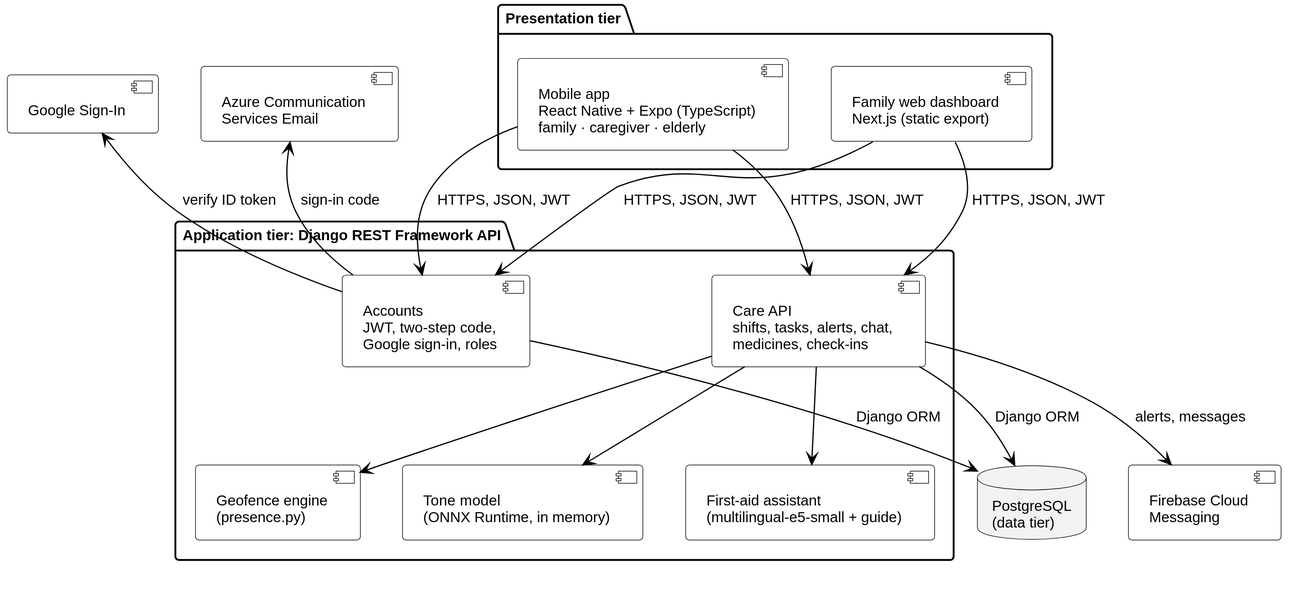
This is docs/diagrams/fig4_17_architecture.svg from alvviinn/Mzazicare, a PlantUML export, as it was before one commit.
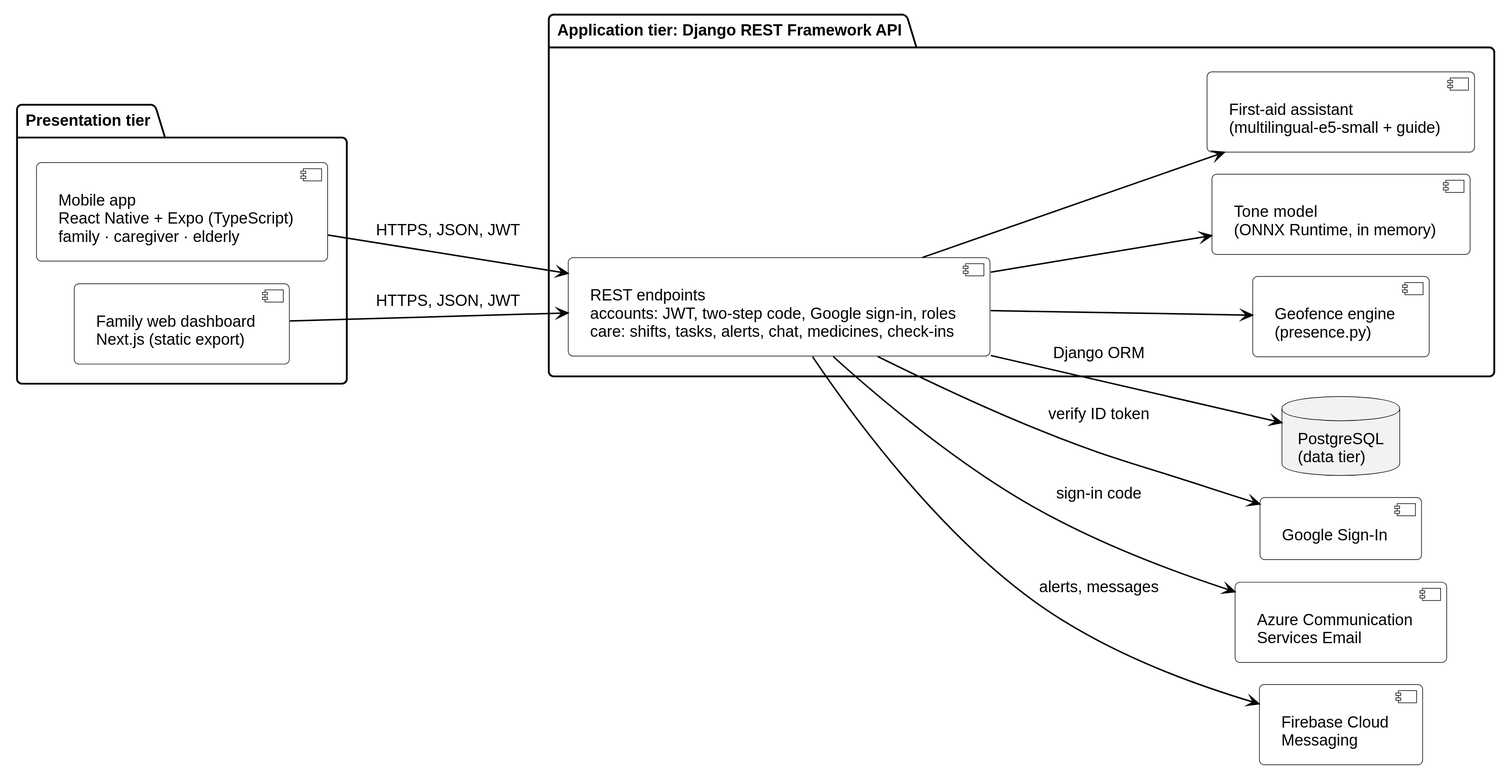
Above is the later version.

Diff of the diagram source:
```diff
@@ -1,8 +1,9 @@
 @startuml
 !pragma layout smetana
 !include style.iuml
-skinparam ranksep 60
-skinparam nodesep 35
+left to right direction
+skinparam ranksep 70
+skinparam nodesep 18
 
 package "Presentation tier" {
   component "Mobile app\nReact Native + Expo (TypeScript)\nfamily · caregiver · elderly" as App
@@ -10,8 +11,7 @@
 }
 
 package "Application tier: Django REST Framework API" {
-  component "Accounts\nJWT, two-step code,\nGoogle sign-in, roles" as Acc
-  component "Care API\nshifts, tasks, alerts, chat,\nmedicines, check-ins" as Care
+  component "REST endpoints\naccounts: JWT, two-step code, Google sign-in, roles\ncare: shifts, tasks, alerts, chat, medicines, check-ins" as Api
   component "Geofence engine\n(presence.py)" as Geo
   component "Tone model\n(ONNX Runtime, in memory)" as Tone
   component "First-aid assistant\n(multilingual-e5-small + guide)" as FA
@@ -23,16 +23,13 @@
 component "Azure Communication\nServices Email" as Mail
 component "Firebase Cloud\nMessaging" as FCM
 
-App --> Acc : HTTPS, JSON, JWT
-Web --> Acc : HTTPS, JSON, JWT
-App --> Care : HTTPS, JSON, JWT
-Web --> Care : HTTPS, JSON, JWT
-Care --> Geo
-Care --> Tone
-Care --> FA
-Care --> DB : Django ORM
-Acc --> DB : Django ORM
-G <-- Acc : verify ID token
-Mail <-- Acc : sign-in code
-Care --> FCM : alerts, messages
+App --> Api : HTTPS, JSON, JWT
+Web --> Api : HTTPS, JSON, JWT
+Api --> Geo
+Api --> Tone
+Api --> FA
+Api --> DB : Django ORM
+Api --> G : verify ID token
+Api --> Mail : sign-in code
+Api --> FCM : alerts, messages
 @enduml
```
